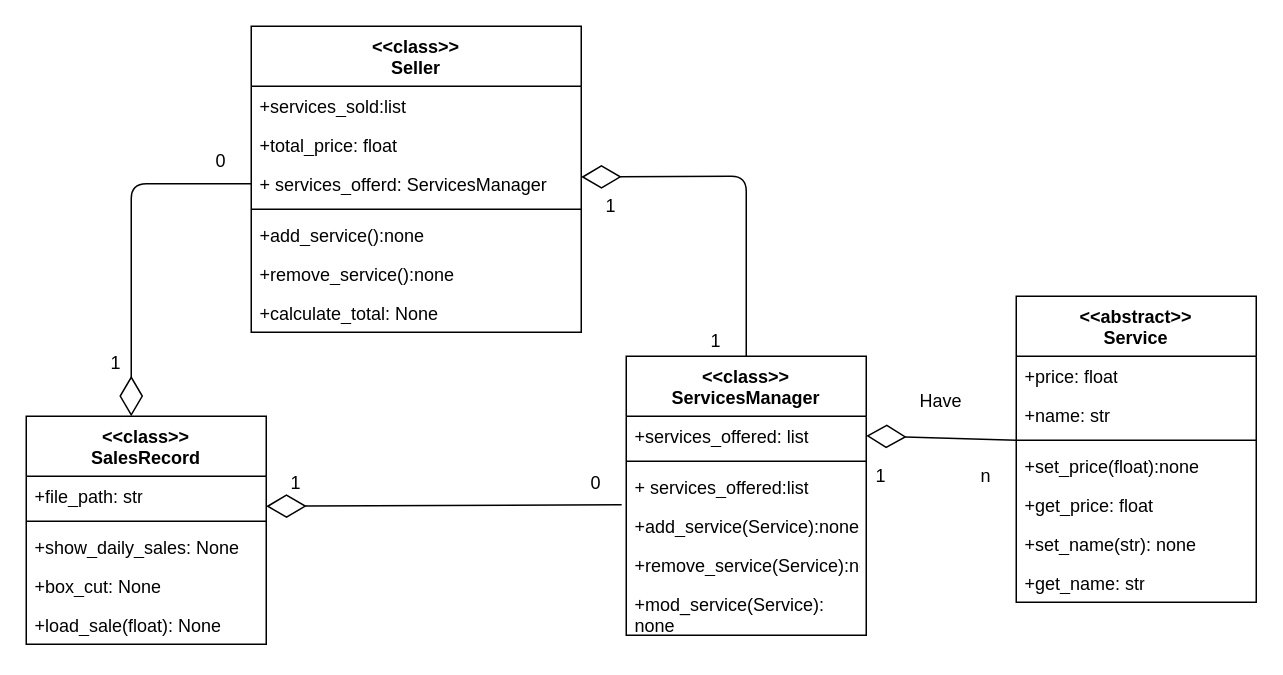
AlejandroGAmbriz/Shop_Record keeps this draw.io diagram as Diagrams/class_diagram.drawio. Above is the earlier version. Source tidied: cells renumbered, new cells numbered last; positions are measured from the earlier drawing's top-left corner, leaving out a move shared by most shapes. Both pictures are drawn from the tidied source at 150%, with x=0, y=0 at pixel (26, 26).
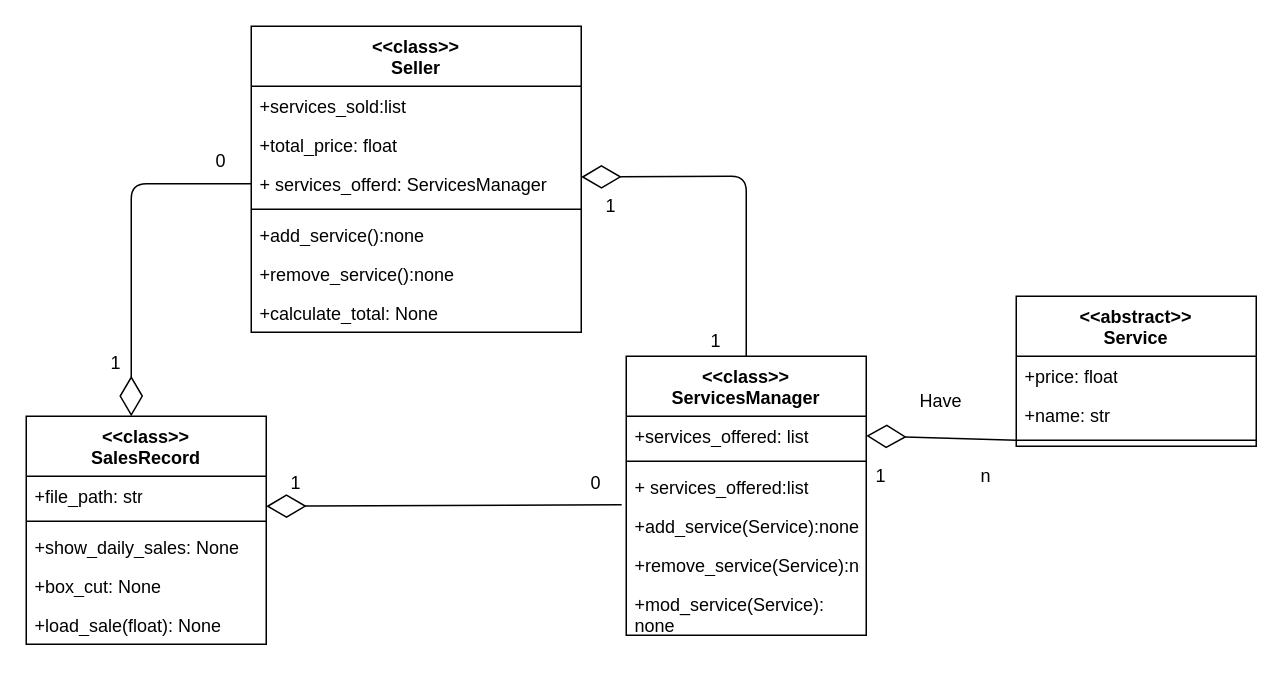
After the change.

The change refers to these unchanged cells:
```xml
<mxCell id="18" value="+services_offered: list" style="text;strokeColor=none;fillColor=none;align=left;verticalAlign=top;spacingLeft=4;spacingRight=4;overflow=hidden;points=[[0,0.5],[1,0.5]];portConstraint=eastwest;whiteSpace=wrap;html=1;" parent="17" vertex="1">
  <mxGeometry y="40" width="160" height="26" as="geometry" />
</mxCell>
```

Diff of the diagram source:
```diff
@@
     <mxCell id="2" value="&lt;div&gt;&amp;lt;&amp;lt;abstract&amp;gt;&amp;gt;&lt;/div&gt;Service" style="swimlane;fontStyle=1;align=center;verticalAlign=top;horizontal=1;startSize=40;whiteSpace=wrap;html=1;" parent="1" vertex="1">
-      <mxGeometry x="660" y="180" width="160" height="204" as="geometry" />
+      <mxGeometry x="660" y="180" width="160" height="100" as="geometry" />
     </mxCell>
@@
-    <mxCell id="6" value="+set_price(float):none" style="text;strokeColor=none;fillColor=none;align=left;verticalAlign=top;spacingLeft=4;spacingRight=4;overflow=hidden;points=[[0,0.5],[1,0.5]];portConstraint=eastwest;whiteSpace=wrap;html=1;" parent="2" vertex="1">
-      <mxGeometry y="100" width="160" height="26" as="geometry" />
-    </mxCell>
-    <mxCell id="7" value="+get_price: float" style="text;strokeColor=none;fillColor=none;align=left;verticalAlign=top;spacingLeft=4;spacingRight=4;overflow=hidden;whiteSpace=wrap;html=1;" parent="2" vertex="1">
-      <mxGeometry y="126" width="160" height="26" as="geometry" />
-    </mxCell>
-    <mxCell id="8" value="+set_name(str): none" style="text;strokeColor=none;fillColor=none;align=left;verticalAlign=top;spacingLeft=4;spacingRight=4;overflow=hidden;whiteSpace=wrap;html=1;" parent="2" vertex="1">
-      <mxGeometry y="152" width="160" height="26" as="geometry" />
-    </mxCell>
-    <mxCell id="9" value="+get_name: str" style="text;strokeColor=none;fillColor=none;align=left;verticalAlign=top;spacingLeft=4;spacingRight=4;overflow=hidden;whiteSpace=wrap;html=1;" parent="2" vertex="1">
-      <mxGeometry y="178" width="160" height="26" as="geometry" />
-    </mxCell>
@@
-    <mxCell id="32" style="endArrow=diamondThin;endFill=0;endSize=24;html=1;entryX=1;entryY=0.5;entryDx=0;entryDy=0;exitX=0;exitY=-0.154;exitDx=0;exitDy=0;exitPerimeter=0;" parent="1" edge="1" source="6" target="18">
-      <mxGeometry relative="1" as="geometry" />
+    <mxCell id="32" style="endArrow=diamondThin;endFill=0;endSize=24;html=1;entryX=1;entryY=0.5;entryDx=0;entryDy=0;exitX=0;exitY=-0.154;exitDx=0;exitDy=0;exitPerimeter=0;" parent="1" edge="1" target="18">
+      <mxGeometry relative="1" as="geometry">
+        <mxPoint x="660" y="276" as="sourcePoint" />
+      </mxGeometry>
     </mxCell>
```
